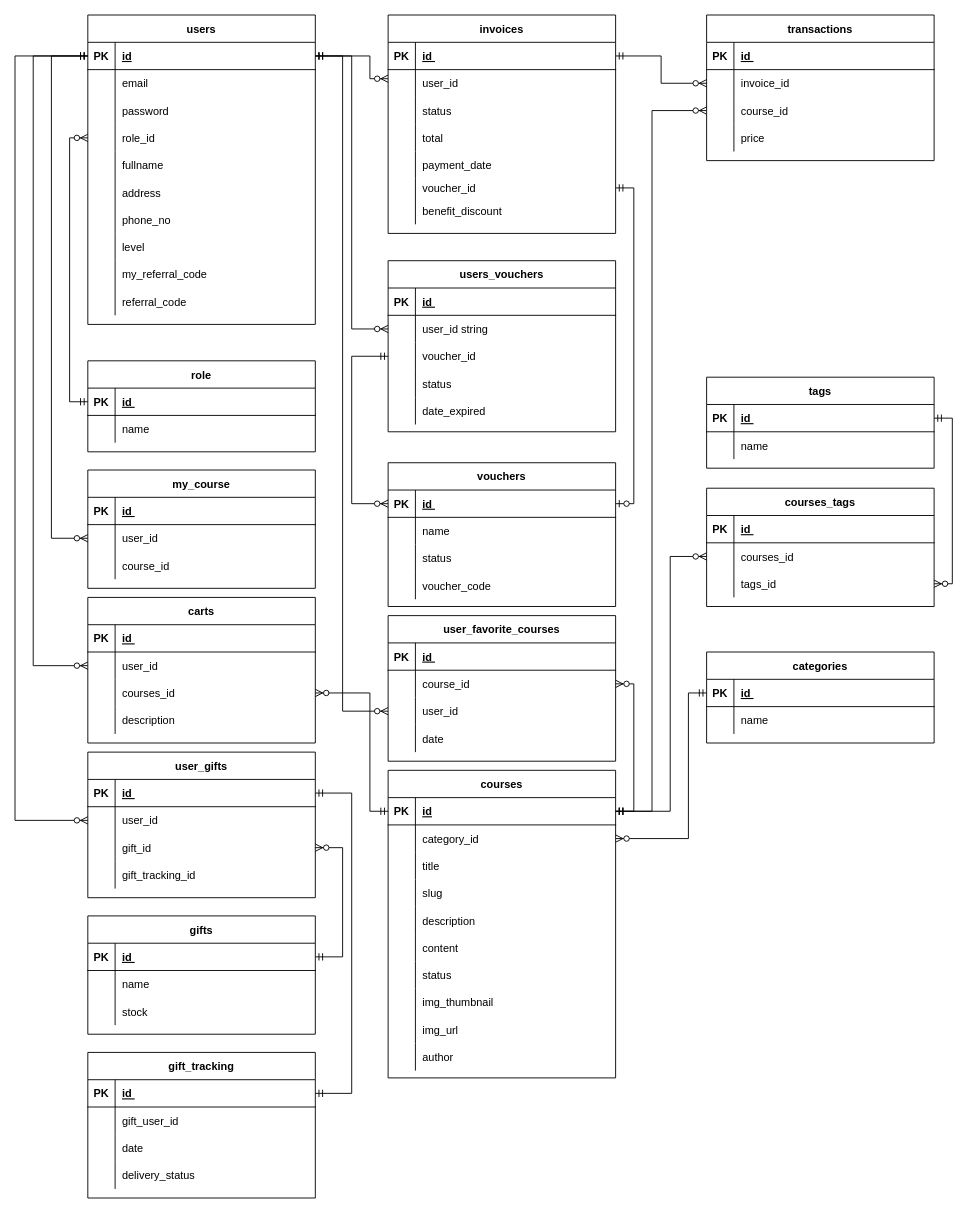
azmiadhani/diagramsnet keeps this draw.io diagram as page "ERD" (1 of 2) of online-learning.drawio. Above is the earlier version. Source tidied: cells renumbered, new cells numbered last; positions are measured from the earlier drawing's top-left corner, leaving out a move shared by most shapes. Both pictures are drawn from the tidied source at 91%, with x=0, y=0 at pixel (-258, 15).
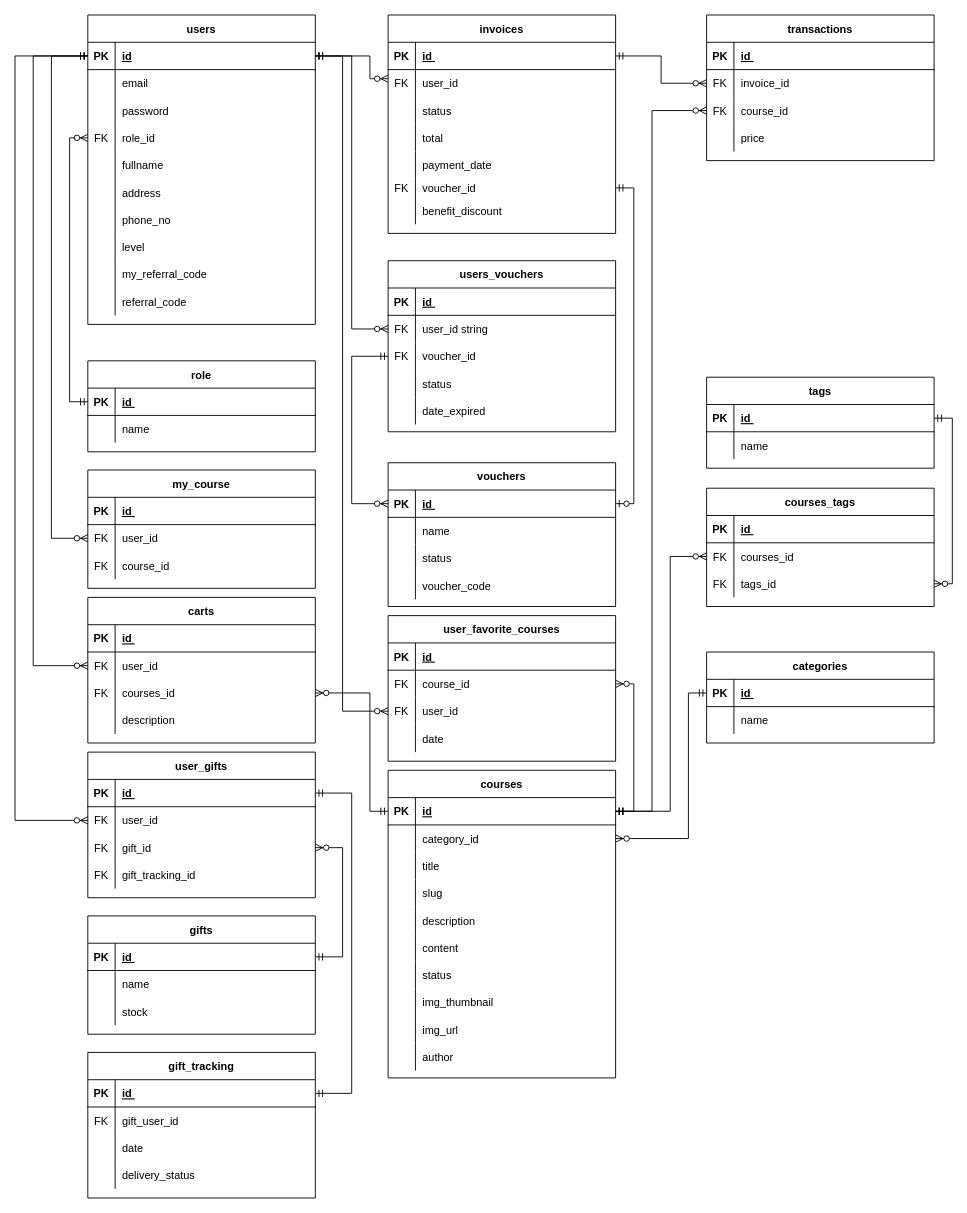
Above is the later version.

Unchanged cells that the change refers to:
```xml
<mxCell id="12" style="shape=partialRectangle;fillColor=none;points=[[0,0.5],[1,0.5]];portConstraint=eastwest;top=0;left=0;right=0;bottom=0;" parent="2" vertex="1">
  <mxGeometry y="120" width="250" height="30" as="geometry" />
</mxCell>
<mxCell id="68" style="shape=partialRectangle;fillColor=none;points=[[0,0.5],[1,0.5]];portConstraint=eastwest;top=0;left=0;right=0;bottom=0;" parent="64" vertex="1">
  <mxGeometry y="60" width="250" height="30" as="geometry" />
</mxCell>
<mxCell id="71" style="shape=partialRectangle;fillColor=none;points=[[0,0.5],[1,0.5]];portConstraint=eastwest;top=0;left=0;right=0;bottom=0;" parent="64" vertex="1">
  <mxGeometry y="90" width="250" height="30" as="geometry" />
</mxCell>
<mxCell id="85" style="shape=partialRectangle;fillColor=none;points=[[0,0.5],[1,0.5]];portConstraint=eastwest;top=0;left=0;right=0;bottom=0;" parent="81" vertex="1">
  <mxGeometry y="60" width="250" height="30" as="geometry" />
</mxCell>
<mxCell id="97" style="shape=partialRectangle;fillColor=none;points=[[0,0.5],[1,0.5]];portConstraint=eastwest;top=0;left=0;right=0;bottom=0;" parent="81" vertex="1">
  <mxGeometry y="180" width="250" height="20" as="geometry" />
</mxCell>
<mxCell id="107" style="shape=partialRectangle;fillColor=none;points=[[0,0.5],[1,0.5]];portConstraint=eastwest;top=0;left=0;right=0;bottom=0;" parent="103" vertex="1">
  <mxGeometry y="60" width="250" height="30" as="geometry" />
</mxCell>
<mxCell id="110" style="shape=partialRectangle;fillColor=none;points=[[0,0.5],[1,0.5]];portConstraint=eastwest;top=0;left=0;right=0;bottom=0;" parent="103" vertex="1">
  <mxGeometry y="90" width="250" height="30" as="geometry" />
</mxCell>
<mxCell id="144" style="shape=partialRectangle;fillColor=none;top=0;left=0;right=0;bottom=0;" parent="140" vertex="1">
  <mxGeometry y="60" width="250" height="30" as="geometry" />
</mxCell>
<mxCell id="158" style="shape=partialRectangle;fillColor=none;points=[[0,0.5],[1,0.5]];portConstraint=eastwest;top=0;left=0;right=0;bottom=0;" parent="154" vertex="1">
  <mxGeometry y="60" width="250" height="30" as="geometry" />
</mxCell>
<mxCell id="161" style="shape=partialRectangle;fillColor=none;points=[[0,0.5],[1,0.5]];portConstraint=eastwest;top=0;left=0;right=0;bottom=0;" parent="154" vertex="1">
  <mxGeometry y="90" width="250" height="30" as="geometry" />
</mxCell>
<mxCell id="172" style="shape=partialRectangle;fillColor=none;points=[[0,0.5],[1,0.5]];portConstraint=eastwest;top=0;left=0;right=0;bottom=0;" parent="168" vertex="1">
  <mxGeometry y="60" width="250" height="30" as="geometry" />
</mxCell>
<mxCell id="175" style="shape=partialRectangle;fillColor=none;points=[[0,0.5],[1,0.5]];portConstraint=eastwest;top=0;left=0;right=0;bottom=0;" parent="168" vertex="1">
  <mxGeometry y="90" width="250" height="30" as="geometry" />
</mxCell>
<mxCell id="178" style="shape=partialRectangle;fillColor=none;top=0;left=0;right=0;bottom=0;" parent="168" vertex="1">
  <mxGeometry y="120" width="250" height="30" as="geometry" />
</mxCell>
<mxCell id="185" style="shape=partialRectangle;fillColor=none;points=[[0,0.5],[1,0.5]];portConstraint=eastwest;top=0;left=0;right=0;bottom=0;" parent="181" vertex="1">
  <mxGeometry y="60" width="250" height="30" as="geometry" />
</mxCell>
<mxCell id="188" style="shape=partialRectangle;fillColor=none;points=[[0,0.5],[1,0.5]];portConstraint=eastwest;top=0;left=0;right=0;bottom=0;" parent="181" vertex="1">
  <mxGeometry y="90" width="250" height="30" as="geometry" />
</mxCell>
<mxCell id="219" style="shape=partialRectangle;fillColor=none;points=[[0,0.5],[1,0.5]];portConstraint=eastwest;top=0;left=0;right=0;bottom=0;" parent="215" vertex="1">
  <mxGeometry y="60" width="250" height="30" as="geometry" />
</mxCell>
<mxCell id="222" style="shape=partialRectangle;fillColor=none;top=0;left=0;right=0;bottom=0;" parent="215" vertex="1">
  <mxGeometry y="90" width="250" height="30" as="geometry" />
</mxCell>
<mxCell id="234" style="shape=partialRectangle;fillColor=none;points=[[0,0.5],[1,0.5]];portConstraint=eastwest;top=0;left=0;right=0;bottom=0;" parent="230" vertex="1">
  <mxGeometry y="60" width="250" height="30" as="geometry" />
</mxCell>
<mxCell id="237" style="shape=partialRectangle;fillColor=none;points=[[0,0.5],[1,0.5]];portConstraint=eastwest;top=0;left=0;right=0;bottom=0;" parent="230" vertex="1">
  <mxGeometry y="90" width="250" height="30" as="geometry" />
</mxCell>
```

Diff of the diagram source:
```diff
@@
-    <mxCell id="13" style="shape=partialRectangle;overflow=hidden;fillColor=none;top=0;left=0;bottom=0;right=0;" parent="12" vertex="1">
+    <mxCell id="13" value="FK" style="shape=partialRectangle;overflow=hidden;fillColor=none;top=0;left=0;bottom=0;right=0;" parent="12" vertex="1">
       <mxGeometry width="30" height="30" as="geometry" />
     </mxCell>
@@
-    <mxCell id="69" style="shape=partialRectangle;overflow=hidden;fillColor=none;top=0;left=0;bottom=0;right=0;" parent="68" vertex="1">
+    <mxCell id="69" value="FK" style="shape=partialRectangle;overflow=hidden;fillColor=none;top=0;left=0;bottom=0;right=0;" parent="68" vertex="1">
       <mxGeometry width="30" height="30" as="geometry" />
     </mxCell>
@@
-    <mxCell id="72" style="shape=partialRectangle;overflow=hidden;fillColor=none;top=0;left=0;bottom=0;right=0;" parent="71" vertex="1">
+    <mxCell id="72" value="FK" style="shape=partialRectangle;overflow=hidden;fillColor=none;top=0;left=0;bottom=0;right=0;" parent="71" vertex="1">
       <mxGeometry width="30" height="30" as="geometry" />
     </mxCell>
@@
-    <mxCell id="86" style="shape=partialRectangle;overflow=hidden;fillColor=none;top=0;left=0;bottom=0;right=0;" parent="85" vertex="1">
+    <mxCell id="86" value="FK" style="shape=partialRectangle;overflow=hidden;fillColor=none;top=0;left=0;bottom=0;right=0;" parent="85" vertex="1">
       <mxGeometry width="30" height="30" as="geometry" />
     </mxCell>
@@
-    <mxCell id="98" style="shape=partialRectangle;overflow=hidden;fillColor=none;top=0;left=0;bottom=0;right=0;" parent="97" vertex="1">
+    <mxCell id="98" value="FK" style="shape=partialRectangle;overflow=hidden;fillColor=none;top=0;left=0;bottom=0;right=0;" parent="97" vertex="1">
       <mxGeometry width="30" height="20" as="geometry" />
     </mxCell>
@@
-    <mxCell id="108" style="shape=partialRectangle;overflow=hidden;fillColor=none;top=0;left=0;bottom=0;right=0;" parent="107" vertex="1">
+    <mxCell id="108" value="FK" style="shape=partialRectangle;overflow=hidden;fillColor=none;top=0;left=0;bottom=0;right=0;" parent="107" vertex="1">
       <mxGeometry width="30" height="30" as="geometry" />
     </mxCell>
@@
-    <mxCell id="111" style="shape=partialRectangle;overflow=hidden;fillColor=none;top=0;left=0;bottom=0;right=0;" parent="110" vertex="1">
+    <mxCell id="111" value="FK" style="shape=partialRectangle;overflow=hidden;fillColor=none;top=0;left=0;bottom=0;right=0;" parent="110" vertex="1">
       <mxGeometry width="30" height="30" as="geometry" />
     </mxCell>
@@
-    <mxCell id="145" style="shape=partialRectangle;overflow=hidden;fillColor=none;top=0;left=0;bottom=0;right=0;" parent="144" vertex="1">
+    <mxCell id="145" value="FK" style="shape=partialRectangle;overflow=hidden;fillColor=none;top=0;left=0;bottom=0;right=0;" parent="144" vertex="1">
       <mxGeometry width="30" height="30" as="geometry" />
     </mxCell>
@@
-    <mxCell id="159" style="shape=partialRectangle;overflow=hidden;fillColor=none;top=0;left=0;bottom=0;right=0;" parent="158" vertex="1">
+    <mxCell id="159" value="FK" style="shape=partialRectangle;overflow=hidden;fillColor=none;top=0;left=0;bottom=0;right=0;" parent="158" vertex="1">
       <mxGeometry width="30" height="30" as="geometry" />
     </mxCell>
@@
-    <mxCell id="162" style="shape=partialRectangle;overflow=hidden;fillColor=none;top=0;left=0;bottom=0;right=0;" parent="161" vertex="1">
+    <mxCell id="162" value="FK" style="shape=partialRectangle;overflow=hidden;fillColor=none;top=0;left=0;bottom=0;right=0;" parent="161" vertex="1">
       <mxGeometry width="30" height="30" as="geometry" />
     </mxCell>
@@
-    <mxCell id="173" style="shape=partialRectangle;overflow=hidden;fillColor=none;top=0;left=0;bottom=0;right=0;" parent="172" vertex="1">
+    <mxCell id="173" value="FK" style="shape=partialRectangle;overflow=hidden;fillColor=none;top=0;left=0;bottom=0;right=0;" parent="172" vertex="1">
       <mxGeometry width="30" height="30" as="geometry" />
     </mxCell>
@@
-    <mxCell id="176" style="shape=partialRectangle;overflow=hidden;fillColor=none;top=0;left=0;bottom=0;right=0;" parent="175" vertex="1">
+    <mxCell id="176" value="FK" style="shape=partialRectangle;overflow=hidden;fillColor=none;top=0;left=0;bottom=0;right=0;" parent="175" vertex="1">
       <mxGeometry width="30" height="30" as="geometry" />
     </mxCell>
@@
-    <mxCell id="179" style="shape=partialRectangle;overflow=hidden;fillColor=none;top=0;left=0;bottom=0;right=0;" parent="178" vertex="1">
+    <mxCell id="179" value="FK" style="shape=partialRectangle;overflow=hidden;fillColor=none;top=0;left=0;bottom=0;right=0;" parent="178" vertex="1">
       <mxGeometry width="30" height="30" as="geometry" />
     </mxCell>
@@
-    <mxCell id="186" style="shape=partialRectangle;overflow=hidden;fillColor=none;top=0;left=0;bottom=0;right=0;" parent="185" vertex="1">
+    <mxCell id="186" value="FK" style="shape=partialRectangle;overflow=hidden;fillColor=none;top=0;left=0;bottom=0;right=0;" parent="185" vertex="1">
       <mxGeometry width="30" height="30" as="geometry" />
     </mxCell>
@@
-    <mxCell id="189" style="shape=partialRectangle;overflow=hidden;fillColor=none;top=0;left=0;bottom=0;right=0;" parent="188" vertex="1">
+    <mxCell id="189" value="FK" style="shape=partialRectangle;overflow=hidden;fillColor=none;top=0;left=0;bottom=0;right=0;" parent="188" vertex="1">
       <mxGeometry width="30" height="30" as="geometry" />
     </mxCell>
@@
-    <mxCell id="220" style="shape=partialRectangle;overflow=hidden;fillColor=none;top=0;left=0;bottom=0;right=0;" parent="219" vertex="1">
+    <mxCell id="220" value="FK" style="shape=partialRectangle;overflow=hidden;fillColor=none;top=0;left=0;bottom=0;right=0;" parent="219" vertex="1">
       <mxGeometry width="30" height="30" as="geometry" />
     </mxCell>
@@
-    <mxCell id="223" style="shape=partialRectangle;overflow=hidden;fillColor=none;top=0;left=0;bottom=0;right=0;" parent="222" vertex="1">
+    <mxCell id="223" value="FK" style="shape=partialRectangle;overflow=hidden;fillColor=none;top=0;left=0;bottom=0;right=0;" parent="222" vertex="1">
       <mxGeometry width="30" height="30" as="geometry" />
     </mxCell>
@@
-    <mxCell id="235" style="shape=partialRectangle;overflow=hidden;fillColor=none;top=0;left=0;bottom=0;right=0;" parent="234" vertex="1">
+    <mxCell id="235" value="FK" style="shape=partialRectangle;overflow=hidden;fillColor=none;top=0;left=0;bottom=0;right=0;" parent="234" vertex="1">
       <mxGeometry width="30" height="30" as="geometry" />
     </mxCell>
@@
-    <mxCell id="238" style="shape=partialRectangle;overflow=hidden;fillColor=none;top=0;left=0;bottom=0;right=0;" parent="237" vertex="1">
+    <mxCell id="238" value="FK" style="shape=partialRectangle;overflow=hidden;fillColor=none;top=0;left=0;bottom=0;right=0;" parent="237" vertex="1">
       <mxGeometry width="30" height="30" as="geometry" />
     </mxCell>
```
